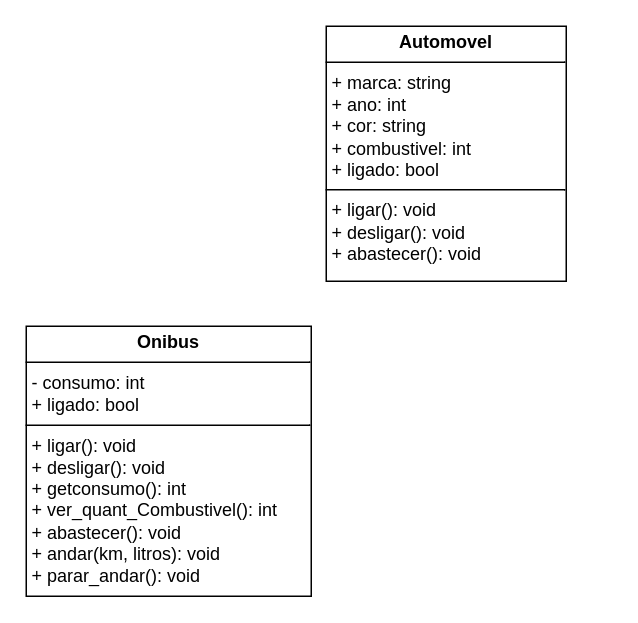
Above: Diagrama sem nome.drawio in AnnaAngelina/diagramas-de-classe-drawio- (draw.io), before the change. Source tidied: cells renumbered, new cells numbered last; positions are measured from the earlier drawing's top-left corner, leaving out a move shared by most shapes. Both pictures are drawn from the tidied source at 150%, with x=0, y=0 at pixel (26, 26).
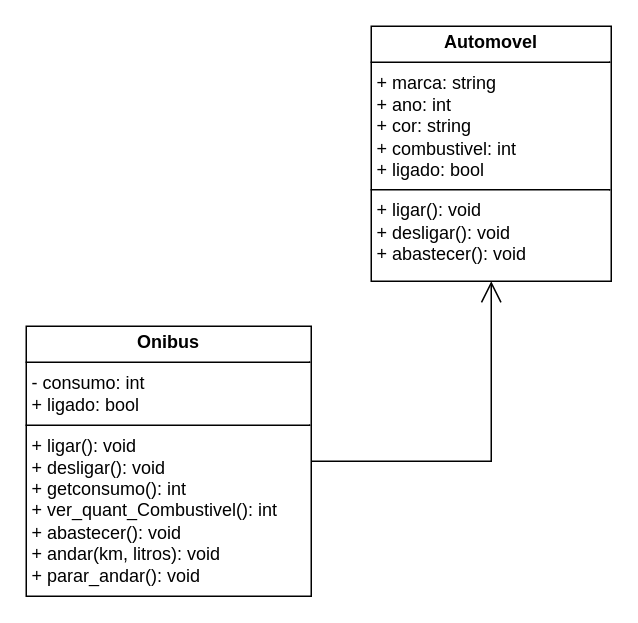
Above is the later version.

Commit message:
automovel class

Diff of the diagram source:
```diff
@@
 <mxGraphModel>
   <root>
     <mxCell id="0" />
     <mxCell id="1" parent="0" />
     <mxCell id="2" value="&lt;p style=&quot;margin:0px;margin-top:4px;text-align:center;&quot;&gt;&lt;b&gt;Automovel&lt;/b&gt;&lt;/p&gt;&lt;hr size=&quot;1&quot; style=&quot;border-style:solid;&quot;&gt;&lt;p style=&quot;margin:0px;margin-left:4px;&quot;&gt;+ marca: string&lt;/p&gt;&lt;p style=&quot;margin:0px;margin-left:4px;&quot;&gt;+ ano: int&lt;/p&gt;&lt;p style=&quot;margin:0px;margin-left:4px;&quot;&gt;+ cor: string&lt;/p&gt;&lt;p style=&quot;margin:0px;margin-left:4px;&quot;&gt;+ combustivel: int&lt;/p&gt;&lt;p style=&quot;margin:0px;margin-left:4px;&quot;&gt;+ ligado: bool&lt;/p&gt;&lt;hr size=&quot;1&quot; style=&quot;border-style:solid;&quot;&gt;&lt;p style=&quot;margin:0px;margin-left:4px;&quot;&gt;+ ligar(): void&lt;/p&gt;&lt;p style=&quot;margin:0px;margin-left:4px;&quot;&gt;+ desligar(): void&lt;/p&gt;&lt;p style=&quot;margin:0px;margin-left:4px;&quot;&gt;+ abastecer(): void&lt;/p&gt;" style="verticalAlign=top;align=left;overflow=fill;html=1;whiteSpace=wrap;" parent="1" vertex="1">
-      <mxGeometry x="200" width="160" height="170" as="geometry" />
+      <mxGeometry x="230" width="160" height="170" as="geometry" />
     </mxCell>
     <mxCell id="3" value="&lt;p style=&quot;margin:0px;margin-top:4px;text-align:center;&quot;&gt;&lt;b&gt;Onibus&lt;/b&gt;&lt;/p&gt;&lt;hr size=&quot;1&quot; style=&quot;border-style:solid;&quot;&gt;&lt;p style=&quot;margin:0px;margin-left:4px;&quot;&gt;- consumo: int&lt;/p&gt;&lt;p style=&quot;margin:0px;margin-left:4px;&quot;&gt;+ ligado: bool&lt;/p&gt;&lt;hr size=&quot;1&quot; style=&quot;border-style:solid;&quot;&gt;&lt;p style=&quot;margin:0px;margin-left:4px;&quot;&gt;+ ligar(): void&lt;/p&gt;&lt;p style=&quot;margin:0px;margin-left:4px;&quot;&gt;+ desligar(): void&lt;/p&gt;&lt;p style=&quot;margin:0px;margin-left:4px;&quot;&gt;+ getconsumo(): int&lt;/p&gt;&lt;p style=&quot;margin:0px;margin-left:4px;&quot;&gt;+ ver_quant_Combustivel(): int&lt;/p&gt;&lt;p style=&quot;margin:0px;margin-left:4px;&quot;&gt;+ abastecer(): void&lt;/p&gt;&lt;p style=&quot;margin:0px;margin-left:4px;&quot;&gt;+ andar(km, litros): void&lt;/p&gt;&lt;p style=&quot;margin:0px;margin-left:4px;&quot;&gt;+ parar_andar(): void&lt;/p&gt;" style="verticalAlign=top;align=left;overflow=fill;html=1;whiteSpace=wrap;" parent="1" vertex="1">
       <mxGeometry y="200" width="190" height="180" as="geometry" />
     </mxCell>
+    <mxCell id="4" style="endArrow=open;endFill=1;endSize=12;html=1;rounded=0;exitX=1;exitY=0.5;exitDx=0;exitDy=0;entryX=0.5;entryY=1;entryDx=0;entryDy=0;" parent="1" edge="1" source="3" target="2">
+      <mxGeometry relative="1" as="geometry">
+        <Array as="points">
+          <mxPoint x="310" y="290" />
+        </Array>
+      </mxGeometry>
+    </mxCell>
   </root>
 </mxGraphModel>
```
